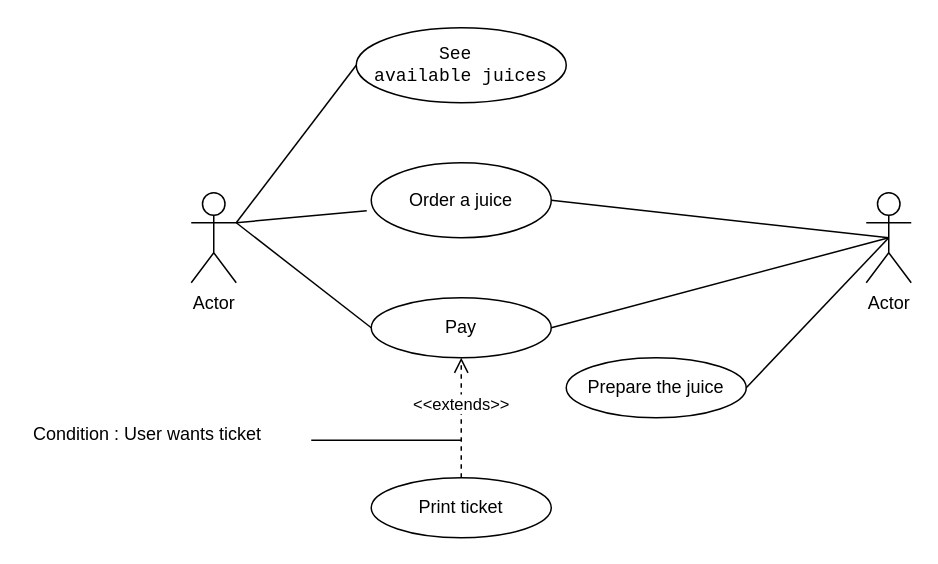
DKY04/fip-ipn-02-info-1 keeps this draw.io diagram as page "u_case_diagram" (1 of 3) of exam/toto/diagrams.drawio. Above is the earlier version. Source tidied: cells renumbered, new cells numbered last; positions are measured from the earlier drawing's top-left corner, leaving out a move shared by most shapes. Both pictures are drawn from the tidied source at 150%, with x=0, y=0 at pixel (26, 27).
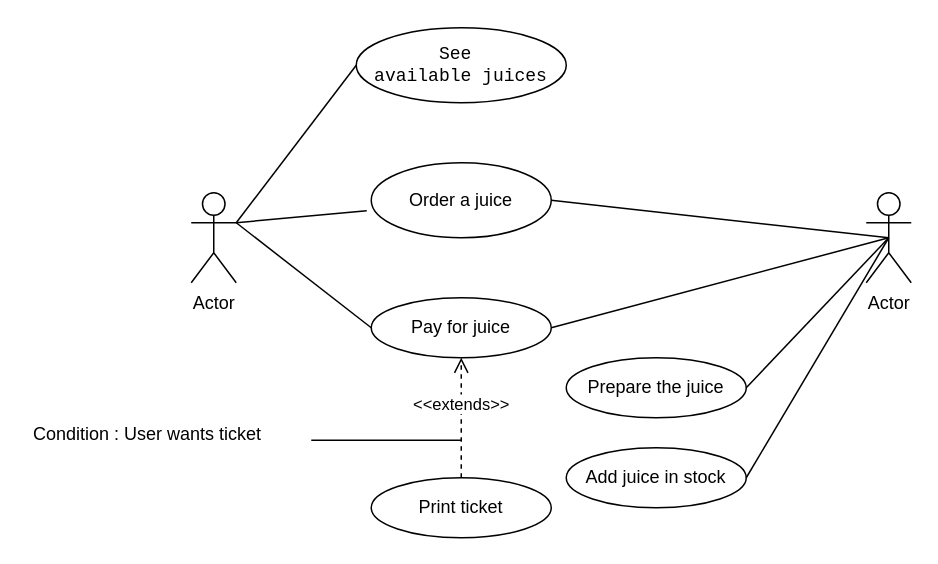
After the change.

The change refers to these unchanged cells:
```xml
<mxCell id="4" value="Actor" style="shape=umlActor;verticalLabelPosition=bottom;verticalAlign=top;html=1;outlineConnect=0;" parent="1" vertex="1">
  <mxGeometry x="560" y="110" width="30" height="60" as="geometry" />
</mxCell>
```

What changed in the source:
```diff
@@
-    <mxCell id="7" value="Pay" style="ellipse;whiteSpace=wrap;html=1;" parent="1" vertex="1">
+    <mxCell id="7" value="Pay for juice" style="ellipse;whiteSpace=wrap;html=1;" parent="1" vertex="1">
       <mxGeometry x="230" y="180" width="120" height="40" as="geometry" />
     </mxCell>
@@
+    <mxCell id="18" value="Add juice in stock" style="ellipse;whiteSpace=wrap;html=1;" parent="1" vertex="1">
+      <mxGeometry x="360" y="280" width="120" height="40" as="geometry" />
+    </mxCell>
+    <mxCell id="19" style="rounded=0;jettySize=auto;html=1;exitX=1;exitY=0.5;exitDx=0;exitDy=0;entryX=0.5;entryY=0.5;entryDx=0;entryDy=0;endArrow=none;endFill=0;entryPerimeter=0;" parent="1" edge="1" source="18" target="4">
+      <mxGeometry relative="1" as="geometry" />
+    </mxCell>
```
